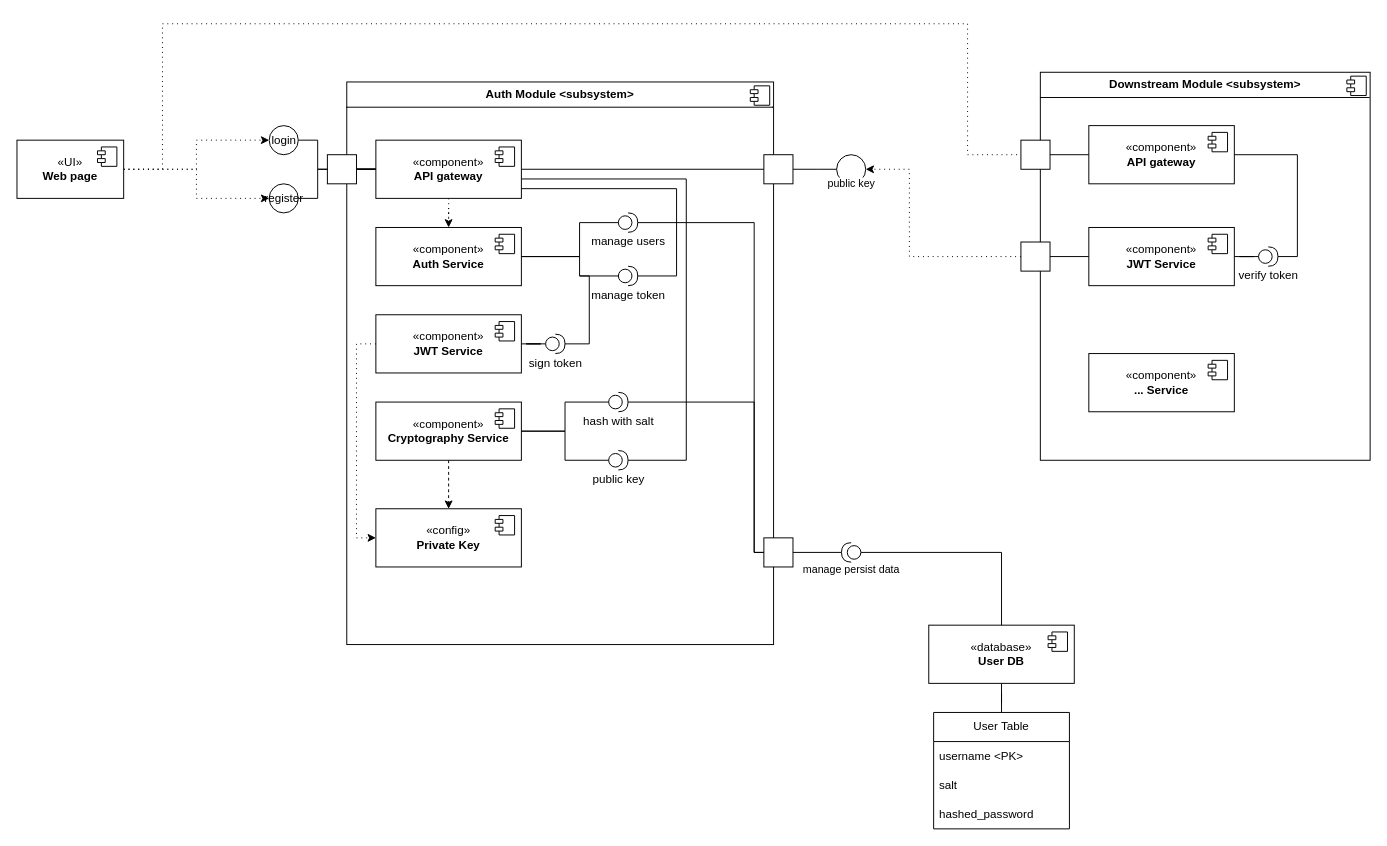
This is [Auth Module] Component diagram.drawio from prettyboiiii/playground, a draw.io file, before an edit. Source tidied: cells renumbered, new cells numbered last; positions are measured from the earlier drawing's top-left corner, leaving out a move shared by most shapes. Both pictures are drawn from the tidied source at 97%, with x=0, y=0 at pixel (16, 23).
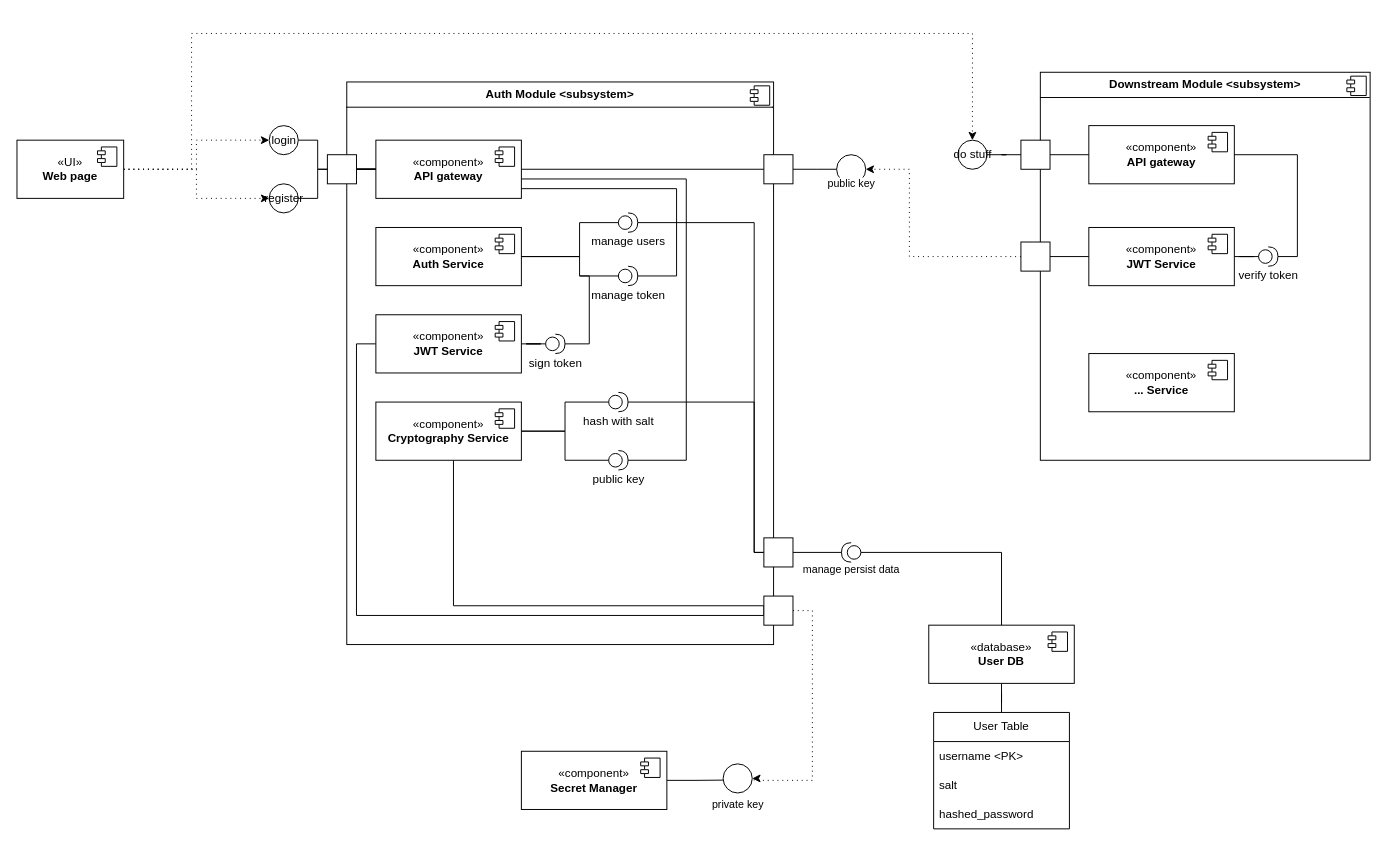
After the change.

Commit message:
Secret manager

Unchanged cells that the change refers to:
```xml
<mxCell id="7" value="«UI»&lt;br&gt;&lt;b&gt;Web page&lt;/b&gt;" style="html=1;whiteSpace=wrap;" parent="1" vertex="1">
  <mxGeometry y="120" width="110" height="60" as="geometry" />
</mxCell>
<mxCell id="11" value="&lt;div align=&quot;center&quot;&gt;«component»&lt;br&gt;&lt;b&gt;API gateway&lt;/b&gt;&lt;/div&gt;" style="html=1;whiteSpace=wrap;align=center;" parent="1" vertex="1">
  <mxGeometry x="370" y="120" width="150" height="60" as="geometry" />
</mxCell>
<mxCell id="15" value="&lt;div align=&quot;center&quot;&gt;«component»&lt;br&gt;&lt;b&gt;JWT Service&lt;/b&gt;&lt;/div&gt;" style="html=1;whiteSpace=wrap;align=center;" parent="1" vertex="1">
  <mxGeometry x="370" y="300" width="150" height="60" as="geometry" />
</mxCell>
<mxCell id="17" value="&lt;div align=&quot;center&quot;&gt;«component»&lt;br&gt;&lt;b&gt;Auth Service&lt;/b&gt;&lt;/div&gt;" style="html=1;whiteSpace=wrap;align=center;" parent="1" vertex="1">
  <mxGeometry x="370" y="210" width="150" height="60" as="geometry" />
</mxCell>
<mxCell id="21" value="&lt;div align=&quot;center&quot;&gt;«component»&lt;br&gt;&lt;b&gt;Cryptography Service&lt;/b&gt;&lt;/div&gt;" style="html=1;whiteSpace=wrap;align=center;" parent="1" vertex="1">
  <mxGeometry x="370" y="390" width="150" height="60" as="geometry" />
</mxCell>
<mxCell id="69" style="fontStyle=0;labelPosition=right;verticalLabelPosition=middle;align=left;verticalAlign=middle;spacingLeft=2;" parent="63" vertex="1">
  <mxGeometry y="70" width="30" height="30" as="geometry" />
</mxCell>
```

The edit, as a diff of the source:
```diff
@@
-    <mxCell id="6" style="edgeStyle=orthogonalEdgeStyle;shape=connector;rounded=0;jettySize=auto;html=1;entryX=0;entryY=0.5;entryDx=0;entryDy=0;strokeColor=default;align=center;verticalAlign=middle;fontFamily=Helvetica;fontSize=11;fontColor=default;labelBackgroundColor=default;startFill=0;endArrow=classic;dashed=1;dashPattern=1 4;endFill=1;" parent="1" edge="1" source="7" target="69">
-      <mxGeometry relative="1" as="geometry">
-        <Array as="points">
-          <mxPoint x="150" y="150" />
-          <mxPoint x="150" />
-          <mxPoint x="980" />
-          <mxPoint x="980" y="135" />
-          <mxPoint x="1230" y="135" />
-        </Array>
-      </mxGeometry>
-    </mxCell>
+    <mxCell id="79" style="edgeStyle=orthogonalEdgeStyle;rounded=0;jettySize=auto;html=1;dashed=1;dashPattern=1 4;" parent="1" edge="1" source="7" target="86">
+      <mxGeometry relative="1" as="geometry">
+        <Array as="points">
+          <mxPoint x="180" y="150" />
+          <mxPoint x="180" y="10" />
+          <mxPoint x="985" y="10" />
+        </Array>
+      </mxGeometry>
+    </mxCell>
@@
-    <mxCell id="10" style="edgeStyle=orthogonalEdgeStyle;shape=connector;rounded=0;jettySize=auto;html=1;strokeColor=default;align=center;verticalAlign=middle;fontFamily=Helvetica;fontSize=11;fontColor=default;labelBackgroundColor=default;startFill=0;endArrow=classic;endFill=1;dashed=1;dashPattern=1 4;" parent="1" edge="1" source="11" target="17">
-      <mxGeometry relative="1" as="geometry" />
-    </mxCell>
@@
-    <mxCell id="14" style="edgeStyle=orthogonalEdgeStyle;rounded=0;jettySize=auto;html=1;dashed=1;dashPattern=1 4;" parent="1" edge="1" source="15" target="28">
+    <mxCell id="14" style="edgeStyle=orthogonalEdgeStyle;rounded=0;jettySize=auto;html=1;endArrow=none;startFill=0;" parent="1" edge="1" source="15" target="83">
       <mxGeometry relative="1" as="geometry">
         <Array as="points">
           <mxPoint x="350" y="330" />
-          <mxPoint x="350" y="530" />
+          <mxPoint x="350" y="610" />
         </Array>
       </mxGeometry>
     </mxCell>
@@
-    <mxCell id="20" style="edgeStyle=orthogonalEdgeStyle;rounded=0;jettySize=auto;html=1;dashed=1;" parent="1" edge="1" source="21" target="28">
-      <mxGeometry relative="1" as="geometry" />
+    <mxCell id="20" style="edgeStyle=orthogonalEdgeStyle;rounded=0;jettySize=auto;html=1;endArrow=none;startFill=0;" parent="1" edge="1" source="21">
+      <mxGeometry relative="1" as="geometry">
+        <mxPoint x="770" y="610" as="targetPoint" />
+        <Array as="points">
+          <mxPoint x="450" y="600" />
+          <mxPoint x="770" y="600" />
+        </Array>
+      </mxGeometry>
     </mxCell>
@@
-    <mxCell id="28" value="&lt;div align=&quot;center&quot;&gt;«config»&lt;br&gt;&lt;b&gt;Private Key&lt;/b&gt;&lt;/div&gt;" style="html=1;whiteSpace=wrap;align=center;" parent="1" vertex="1">
-      <mxGeometry x="370" y="500" width="150" height="60" as="geometry" />
-    </mxCell>
-    <mxCell id="29" style="shape=module;jettyWidth=8;jettyHeight=4;" parent="28" vertex="1">
-      <mxGeometry x="1" width="20" height="20" relative="1" as="geometry">
-        <mxPoint x="-27" y="7" as="offset" />
-      </mxGeometry>
-    </mxCell>
@@
+    <mxCell id="80" style="edgeStyle=orthogonalEdgeStyle;rounded=0;jettySize=auto;html=1;endArrow=none;startFill=0;entryX=0.107;entryY=0.557;entryDx=0;entryDy=0;entryPerimeter=0;" parent="1" edge="1" source="81" target="87">
+      <mxGeometry relative="1" as="geometry" />
+    </mxCell>
+    <mxCell id="81" value="&lt;div align=&quot;center&quot;&gt;«component»&lt;br&gt;&lt;b&gt;Secret Manager&lt;/b&gt;&lt;/div&gt;" style="html=1;whiteSpace=wrap;align=center;" parent="1" vertex="1">
+      <mxGeometry x="520" y="750" width="150" height="60" as="geometry" />
+    </mxCell>
+    <mxCell id="82" style="shape=module;jettyWidth=8;jettyHeight=4;" parent="81" vertex="1">
+      <mxGeometry x="1" width="20" height="20" relative="1" as="geometry">
+        <mxPoint x="-27" y="7" as="offset" />
+      </mxGeometry>
+    </mxCell>
+    <mxCell id="83" style="fontStyle=0;labelPosition=right;verticalLabelPosition=middle;align=left;verticalAlign=middle;spacingLeft=2;" parent="1" vertex="1">
+      <mxGeometry x="770" y="590" width="30" height="30" as="geometry" />
+    </mxCell>
+    <mxCell id="84" style="edgeStyle=orthogonalEdgeStyle;rounded=0;jettySize=auto;html=1;entryX=1;entryY=0.5;entryDx=0;entryDy=0;endArrow=classic;startFill=0;endFill=1;dashed=1;dashPattern=1 4;" parent="1" edge="1" source="83" target="87">
+      <mxGeometry relative="1" as="geometry">
+        <Array as="points">
+          <mxPoint x="820" y="605" />
+          <mxPoint x="820" y="780" />
+          <mxPoint x="760" y="780" />
+        </Array>
+      </mxGeometry>
+    </mxCell>
+    <mxCell id="85" style="edgeStyle=orthogonalEdgeStyle;rounded=0;jettySize=auto;html=1;entryX=0;entryY=0.5;entryDx=0;entryDy=0;endArrow=none;startFill=0;" parent="1" edge="1" source="86" target="69">
+      <mxGeometry relative="1" as="geometry" />
+    </mxCell>
+    <mxCell id="86" value="do stuff" style="ellipse;html=1;verticalAlign=middle;" parent="1" vertex="1">
+      <mxGeometry x="970" y="120" width="30" height="30" as="geometry" />
+    </mxCell>
+    <mxCell id="87" style="ellipse;html=1;verticalAlign=middle;" parent="1" vertex="1">
+      <mxGeometry x="728" y="763" width="30" height="30" as="geometry" />
+    </mxCell>
+    <mxCell id="88" value="private key" style="text;html=1;align=center;verticalAlign=middle;strokeColor=none;fillColor=none;fontFamily=Helvetica;fontSize=11;fontColor=default;labelBackgroundColor=default;" parent="1" vertex="1">
+      <mxGeometry x="703" y="790" width="80" height="30" as="geometry" />
+    </mxCell>
```
